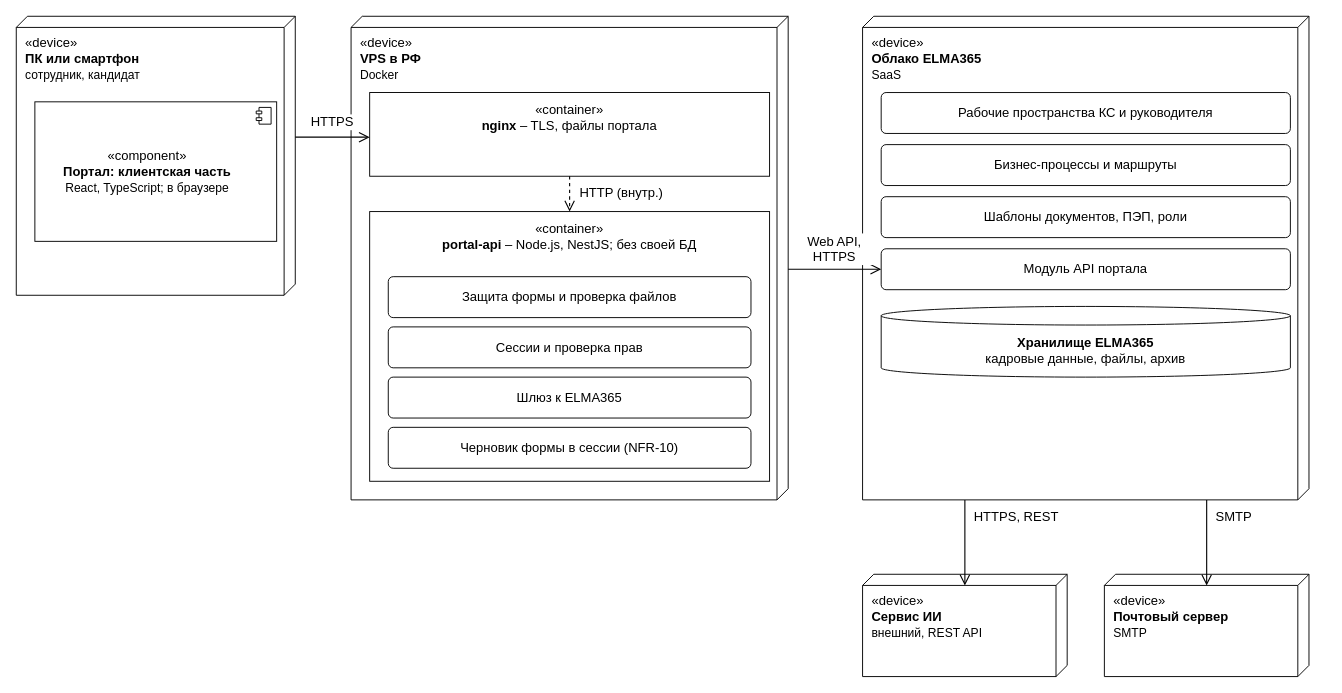
Above: docs/диаграммы/drawio/6.1_Вариант_1_Многоуровневая_клиент-серверная.drawio in akkixx04/doc_management (draw.io), before the change. Source tidied: cells renumbered, new cells numbered last; positions are measured from the earlier drawing's top-left corner, leaving out a move shared by most shapes. Both pictures are drawn from the tidied source at 93%, with x=0, y=0 at pixel (16, 16).
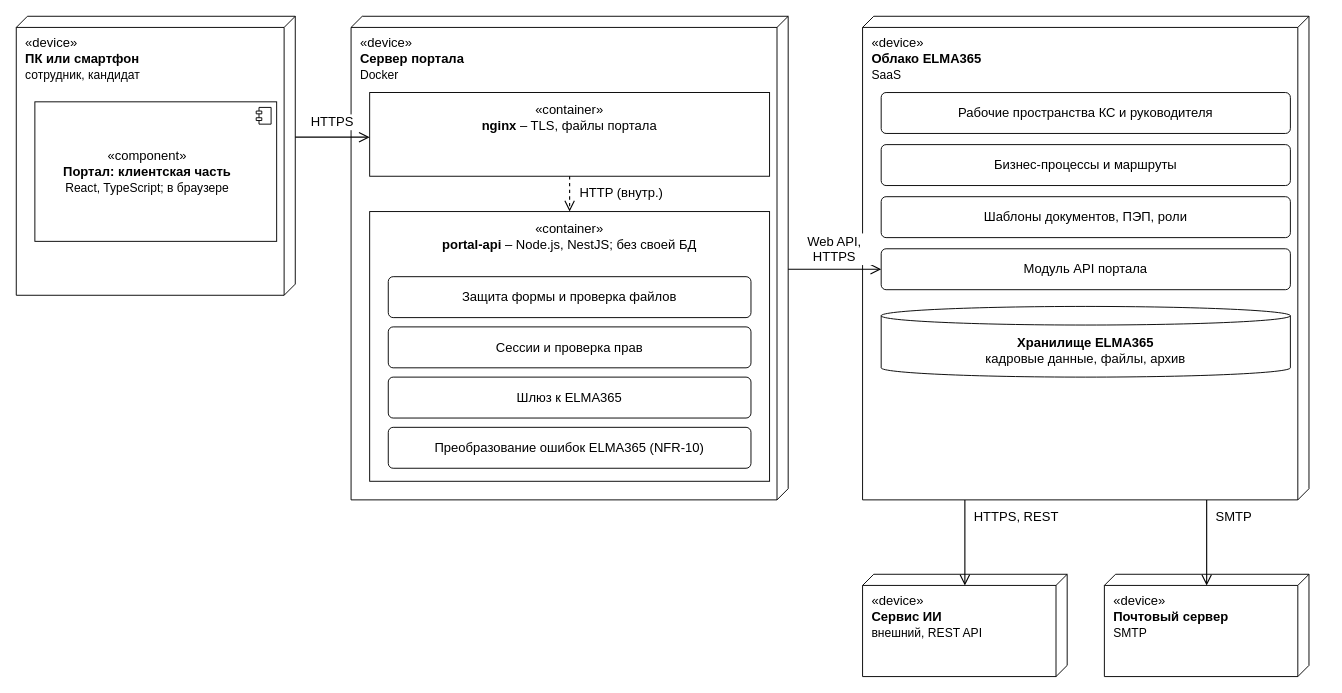
The same diagram, later.

Change to the diagram source:
```diff
@@
-    <mxCell id="10" value="«device»&lt;br&gt;&lt;b&gt;VPS в РФ&lt;/b&gt;&lt;br&gt;&lt;font style='font-size:13px'&gt;Docker&lt;/font&gt;" style="shape=cube;whiteSpace=wrap;html=1;size=12;flipH=1;fillColor=none;strokeColor=#000000;verticalAlign=top;align=left;spacingLeft=8;spacingTop=14;fontSize=14;fontFamily=Helvetica;fontColor=#000000;" parent="1" vertex="1">
+    <mxCell id="10" value="«device»&lt;br&gt;&lt;b&gt;Сервер портала&lt;/b&gt;&lt;br&gt;&lt;font style='font-size:13px'&gt;Docker&lt;/font&gt;" style="shape=cube;whiteSpace=wrap;html=1;size=12;flipH=1;fillColor=none;strokeColor=#000000;verticalAlign=top;align=left;spacingLeft=8;spacingTop=14;fontSize=14;fontFamily=Helvetica;fontColor=#000000;" parent="1" vertex="1">
       <mxGeometry x="360" width="470" height="520" as="geometry" />
     </mxCell>
@@
-    <mxCell id="16" value="Черновик формы в сессии (NFR-10)" style="rounded=1;arcSize=12;whiteSpace=wrap;html=1;fillColor=#ffffff;strokeColor=#000000;fontSize=14;fontFamily=Helvetica;fontColor=#000000;" parent="1" vertex="1">
+    <mxCell id="16" value="Преобразование ошибок ELMA365 (NFR-10)" style="rounded=1;arcSize=12;whiteSpace=wrap;html=1;fillColor=#ffffff;strokeColor=#000000;fontSize=14;fontFamily=Helvetica;fontColor=#000000;" parent="1" vertex="1">
       <mxGeometry x="400" y="442" width="390" height="44" as="geometry" />
     </mxCell>
```
